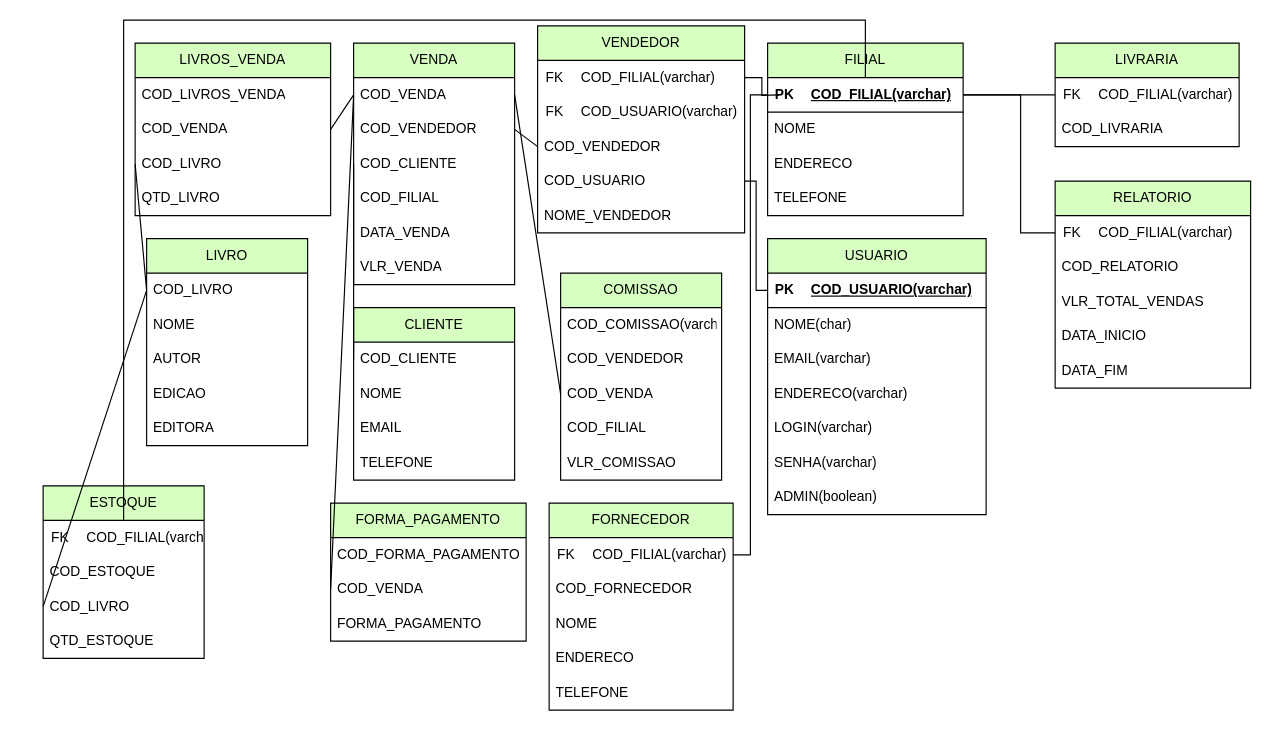
Before: Livraria/livraria.drawio in NicolasKevin2/BD, a draw.io diagram. Source tidied: cells renumbered, new cells numbered last; positions are measured from the earlier drawing's top-left corner, leaving out a move shared by most shapes. Both pictures are drawn from the tidied source at 115%, with x=0, y=0 at pixel (43, 20).
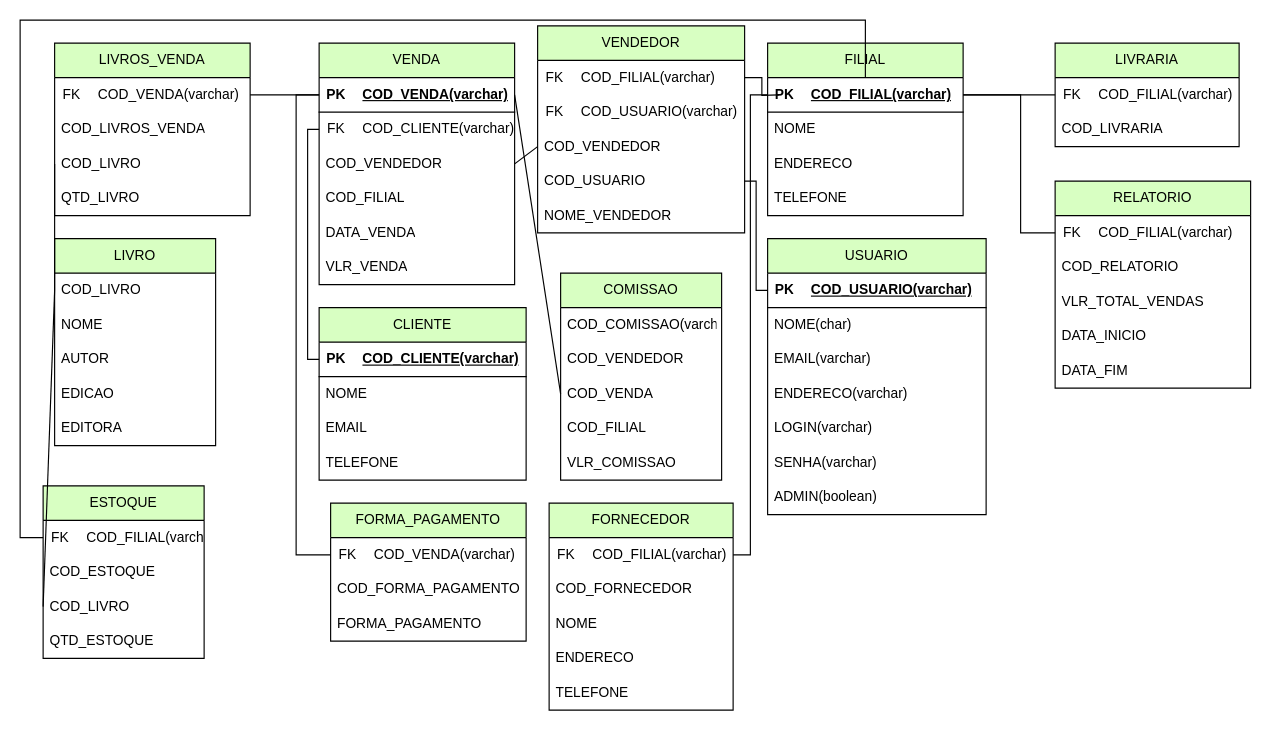
Above is the later version.

The change refers to these unchanged cells:
```xml
<mxCell id="16" style="shape=tableRow;horizontal=0;startSize=0;swimlaneHead=0;swimlaneBody=0;fillColor=none;points=[[0,0.5],[1,0.5]];portConstraint=eastwest;top=0;left=0;right=0;bottom=1;" parent="15" vertex="1">
  <mxGeometry width="170" height="30" as="geometry" />
</mxCell>
<mxCell id="65" value="COD_VENDA" style="text;strokeColor=none;fillColor=none;align=left;verticalAlign=middle;spacingLeft=4;spacingRight=4;overflow=hidden;points=[[0,0.5],[1,0.5]];portConstraint=eastwest;whiteSpace=wrap;html=1;" parent="62" vertex="1">
  <mxGeometry y="90" width="140" height="30" as="geometry" />
</mxCell>
<mxCell id="71" style="shape=tableRow;horizontal=0;startSize=0;swimlaneHead=0;swimlaneBody=0;fillColor=none;points=[[0,0.5],[1,0.5]];portConstraint=eastwest;top=0;left=0;right=0;bottom=0;" parent="70" vertex="1">
  <mxGeometry width="140" height="30" as="geometry" />
</mxCell>
<mxCell id="78" value="FORMA_PAGAMENTO" style="swimlane;fontStyle=0;horizontal=1;startSize=30;whiteSpace=wrap;html=1;fillColor=#D8FFC2;" parent="1" vertex="1">
  <mxGeometry x="250" y="420" width="170" height="120" as="geometry" />
</mxCell>
```

Change to the diagram source:
```diff
@@
     <mxCell id="2" value="VENDA" style="swimlane;fontStyle=0;horizontal=1;startSize=30;whiteSpace=wrap;html=1;fillColor=#D8FFC2;" parent="1" vertex="1">
-      <mxGeometry x="270" y="20" width="140" height="210" as="geometry" />
+      <mxGeometry x="240" y="20" width="170" height="210" as="geometry" />
     </mxCell>
-    <mxCell id="3" value="COD_VENDA" style="text;strokeColor=none;fillColor=none;align=left;verticalAlign=middle;spacingLeft=4;spacingRight=4;overflow=hidden;points=[[0,0.5],[1,0.5]];portConstraint=eastwest;whiteSpace=wrap;html=1;" parent="2" vertex="1">
-      <mxGeometry y="30" width="140" height="30" as="geometry" />
-    </mxCell>
+    <mxCell id="111" style="shape=table;startSize=0;childLayout=tableLayout;rowLines=0;fontStyle=0;align=center;strokeColor=none;fillColor=none;" parent="2" vertex="1">
+      <mxGeometry y="30" width="170" height="30" as="geometry" />
+    </mxCell>
+    <mxCell id="112" style="shape=tableRow;horizontal=0;startSize=0;swimlaneHead=0;swimlaneBody=0;fillColor=none;points=[[0,0.5],[1,0.5]];portConstraint=eastwest;top=0;left=0;right=0;bottom=1;" parent="111" vertex="1">
+      <mxGeometry width="170" height="30" as="geometry" />
+    </mxCell>
+    <mxCell id="113" value="PK" style="shape=partialRectangle;fillColor=none;top=0;left=0;bottom=0;right=0;fontStyle=1;overflow=hidden;whiteSpace=wrap;html=1;" parent="112" vertex="1">
+      <mxGeometry width="30" height="30" as="geometry" />
+    </mxCell>
+    <mxCell id="114" value="COD_VENDA(varchar)" style="shape=partialRectangle;fillColor=none;top=0;left=0;bottom=0;right=0;align=left;spacingLeft=6;fontStyle=5;overflow=hidden;whiteSpace=wrap;html=1;" parent="112" vertex="1">
+      <mxGeometry x="30" width="140" height="30" as="geometry" />
+    </mxCell>
+    <mxCell id="115" style="shape=table;startSize=0;childLayout=tableLayout;rowLines=0;fontStyle=0;align=center;strokeColor=none;fillColor=none;" parent="2" vertex="1">
+      <mxGeometry y="60" width="170" height="30" as="geometry" />
+    </mxCell>
+    <mxCell id="116" style="shape=tableRow;horizontal=0;startSize=0;swimlaneHead=0;swimlaneBody=0;fillColor=none;points=[[0,0.5],[1,0.5]];portConstraint=eastwest;top=0;left=0;right=0;bottom=0;" parent="115" vertex="1">
+      <mxGeometry width="170" height="30" as="geometry" />
+    </mxCell>
+    <mxCell id="117" value="FK" style="shape=partialRectangle;fillColor=none;top=0;left=0;bottom=0;right=0;fontStyle=0;overflow=hidden;whiteSpace=wrap;html=1;" parent="116" vertex="1">
+      <mxGeometry width="30" height="30" as="geometry" />
+    </mxCell>
+    <mxCell id="118" value="COD_CLIENTE(varchar)" style="shape=partialRectangle;fillColor=none;top=0;left=0;bottom=0;right=0;align=left;spacingLeft=6;fontStyle=0;overflow=hidden;whiteSpace=wrap;html=1;" parent="116" vertex="1">
+      <mxGeometry x="30" width="140" height="30" as="geometry" />
+    </mxCell>
     <mxCell id="4" value="COD_VENDEDOR" style="text;strokeColor=none;fillColor=none;align=left;verticalAlign=middle;spacingLeft=4;spacingRight=4;overflow=hidden;points=[[0,0.5],[1,0.5]];portConstraint=eastwest;whiteSpace=wrap;html=1;" parent="2" vertex="1">
-      <mxGeometry y="60" width="140" height="30" as="geometry" />
+      <mxGeometry y="90" width="170" height="30" as="geometry" />
     </mxCell>
-    <mxCell id="5" value="COD_CLIENTE" style="text;strokeColor=none;fillColor=none;align=left;verticalAlign=middle;spacingLeft=4;spacingRight=4;overflow=hidden;points=[[0,0.5],[1,0.5]];portConstraint=eastwest;whiteSpace=wrap;html=1;" parent="2" vertex="1">
-      <mxGeometry y="90" width="140" height="30" as="geometry" />
-    </mxCell>
     <mxCell id="6" value="COD_FILIAL" style="text;strokeColor=none;fillColor=none;align=left;verticalAlign=middle;spacingLeft=4;spacingRight=4;overflow=hidden;whiteSpace=wrap;html=1;" parent="2" vertex="1">
-      <mxGeometry y="120" width="140" height="30" as="geometry" />
+      <mxGeometry y="120" width="170" height="30" as="geometry" />
     </mxCell>
     <mxCell id="7" value="DATA_VENDA" style="text;strokeColor=none;fillColor=none;align=left;verticalAlign=middle;spacingLeft=4;spacingRight=4;overflow=hidden;whiteSpace=wrap;html=1;" parent="2" vertex="1">
-      <mxGeometry y="150" width="140" height="30" as="geometry" />
+      <mxGeometry y="150" width="170" height="30" as="geometry" />
     </mxCell>
     <mxCell id="8" value="VLR_VENDA" style="text;strokeColor=none;fillColor=none;align=left;verticalAlign=middle;spacingLeft=4;spacingRight=4;overflow=hidden;whiteSpace=wrap;html=1;" parent="2" vertex="1">
-      <mxGeometry y="180" width="140" height="30" as="geometry" />
+      <mxGeometry y="180" width="170" height="30" as="geometry" />
     </mxCell>
     <mxCell id="9" value="LIVROS_VENDA" style="swimlane;fontStyle=0;horizontal=1;startSize=30;whiteSpace=wrap;html=1;fillColor=#D8FFC2;" parent="1" vertex="1">
-      <mxGeometry x="80" y="20" width="170" height="150" as="geometry" />
+      <mxGeometry x="10" y="20" width="170" height="150" as="geometry" />
     </mxCell>
+    <mxCell id="119" style="shape=table;startSize=0;childLayout=tableLayout;rowLines=0;fontStyle=0;align=center;strokeColor=none;fillColor=none;" parent="9" vertex="1">
+      <mxGeometry y="30" width="170" height="30" as="geometry" />
+    </mxCell>
+    <mxCell id="120" style="shape=tableRow;horizontal=0;startSize=0;swimlaneHead=0;swimlaneBody=0;fillColor=none;points=[[0,0.5],[1,0.5]];portConstraint=eastwest;top=0;left=0;right=0;bottom=0;" parent="119" vertex="1">
+      <mxGeometry width="170" height="30" as="geometry" />
+    </mxCell>
+    <mxCell id="121" value="FK" style="shape=partialRectangle;fillColor=none;top=0;left=0;bottom=0;right=0;fontStyle=0;overflow=hidden;whiteSpace=wrap;html=1;" parent="120" vertex="1">
+      <mxGeometry width="30" height="30" as="geometry" />
+    </mxCell>
+    <mxCell id="122" value="COD_VENDA(varchar)" style="shape=partialRectangle;fillColor=none;top=0;left=0;bottom=0;right=0;align=left;spacingLeft=6;fontStyle=0;overflow=hidden;whiteSpace=wrap;html=1;" parent="120" vertex="1">
+      <mxGeometry x="30" width="140" height="30" as="geometry" />
+    </mxCell>
     <mxCell id="10" value="COD_LIVROS_VENDA" style="text;strokeColor=none;fillColor=none;align=left;verticalAlign=middle;spacingLeft=4;spacingRight=4;overflow=hidden;whiteSpace=wrap;html=1;" parent="9" vertex="1">
-      <mxGeometry y="30" width="170" height="30" as="geometry" />
+      <mxGeometry y="60" width="170" height="30" as="geometry" />
     </mxCell>
-    <mxCell id="11" value="COD_VENDA" style="text;strokeColor=none;fillColor=none;align=left;verticalAlign=middle;spacingLeft=4;spacingRight=4;overflow=hidden;points=[[0,0.5],[1,0.5]];portConstraint=eastwest;whiteSpace=wrap;html=1;" parent="9" vertex="1">
-      <mxGeometry y="60" width="170" height="30" as="geometry" />
-    </mxCell>
@@
-    <mxCell id="22" style="endArrow=none;html=1;rounded=0;entryX=1;entryY=0.5;entryDx=0;entryDy=0;exitX=0;exitY=0.5;exitDx=0;exitDy=0;" parent="1" edge="1" source="3" target="11">
+    <mxCell id="22" style="endArrow=none;html=1;rounded=0;edgeStyle=orthogonalEdgeStyle;" parent="1" edge="1" source="112" target="120">
       <mxGeometry relative="1" as="geometry" />
     </mxCell>
     <mxCell id="23" value="LIVRO" style="swimlane;fontStyle=0;horizontal=1;startSize=30;whiteSpace=wrap;html=1;fillColor=#D8FFC2;" parent="1" vertex="1">
-      <mxGeometry x="90" y="190" width="140" height="180" as="geometry" />
+      <mxGeometry x="10" y="190" width="140" height="180" as="geometry" />
     </mxCell>
@@
     <mxCell id="44" value="CLIENTE" style="swimlane;fontStyle=0;horizontal=1;startSize=30;whiteSpace=wrap;html=1;fillColor=#D8FFC2;" parent="1" vertex="1">
-      <mxGeometry x="270" y="250" width="140" height="150" as="geometry" />
+      <mxGeometry x="240" y="250" width="180" height="150" as="geometry" />
     </mxCell>
-    <mxCell id="45" value="COD_CLIENTE" style="text;strokeColor=none;fillColor=none;align=left;verticalAlign=middle;spacingLeft=4;spacingRight=4;overflow=hidden;points=[[0,0.5],[1,0.5]];portConstraint=eastwest;whiteSpace=wrap;html=1;" parent="44" vertex="1">
-      <mxGeometry y="30" width="140" height="30" as="geometry" />
-    </mxCell>
+    <mxCell id="123" style="shape=table;startSize=0;childLayout=tableLayout;rowLines=0;fontStyle=0;align=center;strokeColor=none;fillColor=none;" parent="44" vertex="1">
+      <mxGeometry y="30" width="180" height="30" as="geometry" />
+    </mxCell>
+    <mxCell id="124" style="shape=tableRow;horizontal=0;startSize=0;swimlaneHead=0;swimlaneBody=0;fillColor=none;points=[[0,0.5],[1,0.5]];portConstraint=eastwest;top=0;left=0;right=0;bottom=1;" parent="123" vertex="1">
+      <mxGeometry width="180" height="30" as="geometry" />
+    </mxCell>
+    <mxCell id="125" value="PK" style="shape=partialRectangle;fillColor=none;top=0;left=0;bottom=0;right=0;fontStyle=1;overflow=hidden;whiteSpace=wrap;html=1;" parent="124" vertex="1">
+      <mxGeometry width="30" height="30" as="geometry" />
+    </mxCell>
+    <mxCell id="126" value="COD_CLIENTE(varchar)" style="shape=partialRectangle;fillColor=none;top=0;left=0;bottom=0;right=0;align=left;spacingLeft=6;fontStyle=5;overflow=hidden;whiteSpace=wrap;html=1;" parent="124" vertex="1">
+      <mxGeometry x="30" width="150" height="30" as="geometry" />
+    </mxCell>
     <mxCell id="46" value="NOME" style="text;strokeColor=none;fillColor=none;align=left;verticalAlign=middle;spacingLeft=4;spacingRight=4;overflow=hidden;whiteSpace=wrap;html=1;" parent="44" vertex="1">
-      <mxGeometry y="60" width="140" height="30" as="geometry" />
+      <mxGeometry y="60" width="180" height="30" as="geometry" />
     </mxCell>
     <mxCell id="47" value="EMAIL" style="text;strokeColor=none;fillColor=none;align=left;verticalAlign=middle;spacingLeft=4;spacingRight=4;overflow=hidden;whiteSpace=wrap;html=1;" parent="44" vertex="1">
-      <mxGeometry y="90" width="140" height="30" as="geometry" />
+      <mxGeometry y="90" width="180" height="30" as="geometry" />
     </mxCell>
     <mxCell id="48" value="TELEFONE" style="text;strokeColor=none;fillColor=none;align=left;verticalAlign=middle;spacingLeft=4;spacingRight=4;overflow=hidden;whiteSpace=wrap;html=1;" parent="44" vertex="1">
-      <mxGeometry y="120" width="140" height="30" as="geometry" />
+      <mxGeometry y="120" width="180" height="30" as="geometry" />
     </mxCell>
@@
-    <mxCell id="61" style="endArrow=none;html=1;rounded=0;entryX=0;entryY=0.5;entryDx=0;entryDy=0;exitX=0;exitY=0.5;exitDx=0;exitDy=0;" parent="1" edge="1" source="5" target="45">
-      <mxGeometry relative="1" as="geometry" />
+    <mxCell id="61" style="endArrow=none;html=1;rounded=0;edgeStyle=orthogonalEdgeStyle;" parent="1" edge="1" source="116" target="124">
+      <mxGeometry relative="1" as="geometry">
+        <Array as="points">
+          <mxPoint x="230" y="95" />
+          <mxPoint x="230" y="295" />
+        </Array>
+      </mxGeometry>
     </mxCell>
@@
-    <mxCell id="68" style="endArrow=none;html=1;rounded=0;entryX=0;entryY=0.5;entryDx=0;entryDy=0;exitX=1;exitY=0.5;exitDx=0;exitDy=0;" parent="1" edge="1" source="3" target="65">
-      <mxGeometry relative="1" as="geometry" />
+    <mxCell id="68" style="endArrow=none;html=1;rounded=0;entryX=0;entryY=0.5;entryDx=0;entryDy=0;exitX=1;exitY=0.5;exitDx=0;exitDy=0;" parent="1" edge="1" target="65">
+      <mxGeometry relative="1" as="geometry">
+        <mxPoint x="410" y="65" as="sourcePoint" />
+      </mxGeometry>
     </mxCell>
@@
+    <mxCell id="127" style="shape=table;startSize=0;childLayout=tableLayout;rowLines=0;fontStyle=0;align=center;strokeColor=none;fillColor=none;" parent="78" vertex="1">
+      <mxGeometry y="30" width="170" height="30" as="geometry" />
+    </mxCell>
+    <mxCell id="128" style="shape=tableRow;horizontal=0;startSize=0;swimlaneHead=0;swimlaneBody=0;fillColor=none;points=[[0,0.5],[1,0.5]];portConstraint=eastwest;top=0;left=0;right=0;bottom=0;" parent="127" vertex="1">
+      <mxGeometry width="170" height="30" as="geometry" />
+    </mxCell>
+    <mxCell id="129" value="FK" style="shape=partialRectangle;fillColor=none;top=0;left=0;bottom=0;right=0;fontStyle=0;overflow=hidden;whiteSpace=wrap;html=1;" parent="128" vertex="1">
+      <mxGeometry width="30" height="30" as="geometry" />
+    </mxCell>
+    <mxCell id="130" value="COD_VENDA(varchar)" style="shape=partialRectangle;fillColor=none;top=0;left=0;bottom=0;right=0;align=left;spacingLeft=6;fontStyle=0;overflow=hidden;whiteSpace=wrap;html=1;" parent="128" vertex="1">
+      <mxGeometry x="30" width="140" height="30" as="geometry" />
+    </mxCell>
     <mxCell id="79" value="COD_FORMA_PAGAMENTO" style="text;strokeColor=none;fillColor=none;align=left;verticalAlign=middle;spacingLeft=4;spacingRight=4;overflow=hidden;whiteSpace=wrap;html=1;" parent="78" vertex="1">
-      <mxGeometry y="30" width="170" height="30" as="geometry" />
+      <mxGeometry y="60" width="170" height="30" as="geometry" />
     </mxCell>
-    <mxCell id="80" value="COD_VENDA" style="text;strokeColor=none;fillColor=none;align=left;verticalAlign=middle;spacingLeft=4;spacingRight=4;overflow=hidden;points=[[0,0.5],[1,0.5]];portConstraint=eastwest;whiteSpace=wrap;html=1;" parent="78" vertex="1">
-      <mxGeometry y="60" width="170" height="30" as="geometry" />
-    </mxCell>
@@
-    <mxCell id="82" style="endArrow=none;html=1;rounded=0;entryX=0;entryY=0.5;entryDx=0;entryDy=0;exitX=0;exitY=0.5;exitDx=0;exitDy=0;" parent="1" edge="1" source="3" target="80">
-      <mxGeometry relative="1" as="geometry" />
+    <mxCell id="82" style="endArrow=none;html=1;rounded=0;edgeStyle=orthogonalEdgeStyle;" parent="1" edge="1" source="112" target="128">
+      <mxGeometry relative="1" as="geometry">
+        <Array as="points">
+          <mxPoint x="220" y="65" />
+          <mxPoint x="220" y="465" />
+        </Array>
+      </mxGeometry>
     </mxCell>
@@
     <mxCell id="103" style="endArrow=none;html=1;rounded=0;edgeStyle=orthogonalEdgeStyle;" parent="1" edge="1" source="71" target="16">
       <mxGeometry relative="1" as="geometry">
         <Array as="points">
-          <mxPoint x="70" />
+          <mxPoint x="-20" y="450" />
+          <mxPoint x="-20" />
           <mxPoint x="715" />
         </Array>
       </mxGeometry>
     </mxCell>
```
